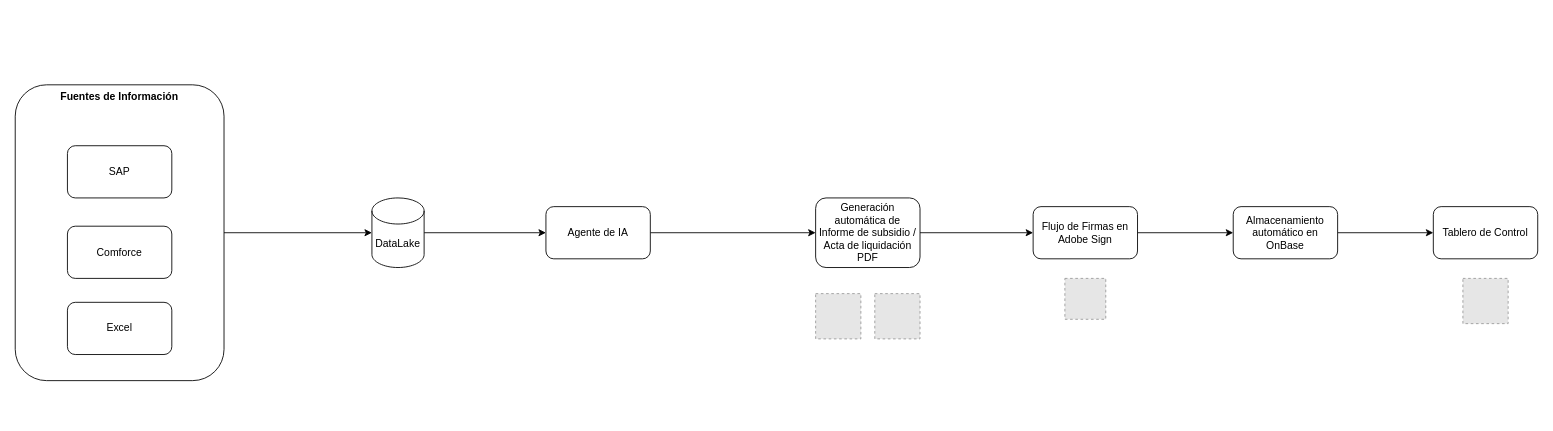
Earlier version of the draw.io diagram Actas de liquidación.drawio (carlosvalderrama1204/diagrams). Source tidied: cells renumbered, new cells numbered last; positions are measured from the earlier drawing's top-left corner, leaving out a move shared by most shapes. Both pictures are drawn from the tidied source at 87%, with x=0, y=0 at pixel (15, 84). Pictures stored in the file or linked from it are replaced by grey dashed boxes.
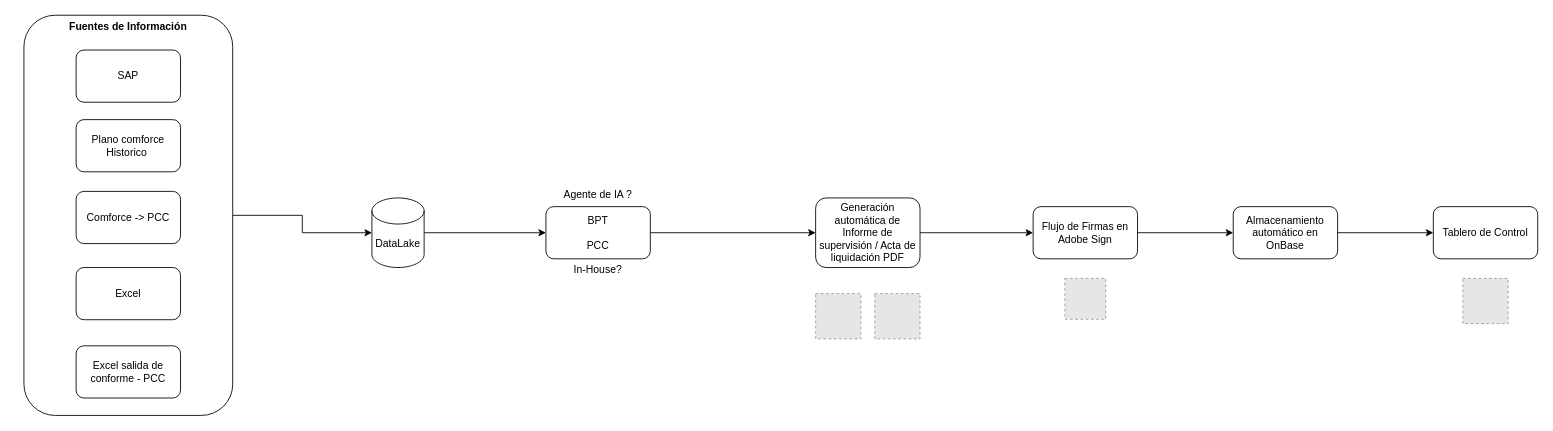
Above is the later version.

Diff of the diagram source:
```diff
@@
     <mxCell id="3" value="&lt;span&gt;Fuentes de Información&lt;/span&gt;" style="rounded=1;whiteSpace=wrap;html=1;verticalAlign=top;fontStyle=1;" parent="1" vertex="1">
-      <mxGeometry width="240" height="340" as="geometry" />
+      <mxGeometry x="10" y="-80" width="240" height="460" as="geometry" />
     </mxCell>
     <mxCell id="4" value="SAP" style="rounded=1;whiteSpace=wrap;html=1;" parent="1" vertex="1">
-      <mxGeometry x="60" y="70" width="120" height="60" as="geometry" />
+      <mxGeometry x="70" y="-40" width="120" height="60" as="geometry" />
     </mxCell>
@@
-    <mxCell id="6" value="Agente de IA" style="rounded=1;whiteSpace=wrap;html=1;" parent="1" vertex="1">
+    <mxCell id="6" value="Agente de IA ?&lt;div&gt;&lt;br&gt;&lt;/div&gt;&lt;div&gt;BPT&lt;/div&gt;&lt;div&gt;&lt;br&gt;&lt;/div&gt;&lt;div&gt;PCC&lt;/div&gt;&lt;div&gt;&lt;br&gt;&lt;/div&gt;&lt;div&gt;In-House?&lt;/div&gt;" style="rounded=1;whiteSpace=wrap;html=1;" parent="1" vertex="1">
       <mxGeometry x="610" y="140" width="120" height="60" as="geometry" />
     </mxCell>
@@
-    <mxCell id="8" value="Generación automática de Informe de subsidio / Acta de liquidación PDF" style="rounded=1;whiteSpace=wrap;html=1;" parent="1" vertex="1">
+    <mxCell id="8" value="Generación automática de Informe de supervisión / Acta de liquidación PDF" style="rounded=1;whiteSpace=wrap;html=1;" parent="1" vertex="1">
       <mxGeometry x="920" y="130" width="120" height="80" as="geometry" />
     </mxCell>
@@
-    <mxCell id="19" value="Comforce" style="rounded=1;whiteSpace=wrap;html=1;" parent="1" vertex="1">
-      <mxGeometry x="60" y="162.5" width="120" height="60" as="geometry" />
+    <mxCell id="19" value="Comforce -&amp;gt; PCC" style="rounded=1;whiteSpace=wrap;html=1;" parent="1" vertex="1">
+      <mxGeometry x="70" y="122.5" width="120" height="60" as="geometry" />
     </mxCell>
@@
     <mxCell id="21" value="Excel" style="rounded=1;whiteSpace=wrap;html=1;" parent="1" vertex="1">
-      <mxGeometry x="60" y="250" width="120" height="60" as="geometry" />
+      <mxGeometry x="70" y="210" width="120" height="60" as="geometry" />
     </mxCell>
+    <mxCell id="22" value="Excel salida de conforme - PCC" style="rounded=1;whiteSpace=wrap;html=1;" parent="1" vertex="1">
+      <mxGeometry x="70" y="300" width="120" height="60" as="geometry" />
+    </mxCell>
+    <mxCell id="23" value="Plano comforce Historico&amp;nbsp;" style="rounded=1;whiteSpace=wrap;html=1;" parent="1" vertex="1">
+      <mxGeometry x="70" y="40" width="120" height="60" as="geometry" />
+    </mxCell>
```
